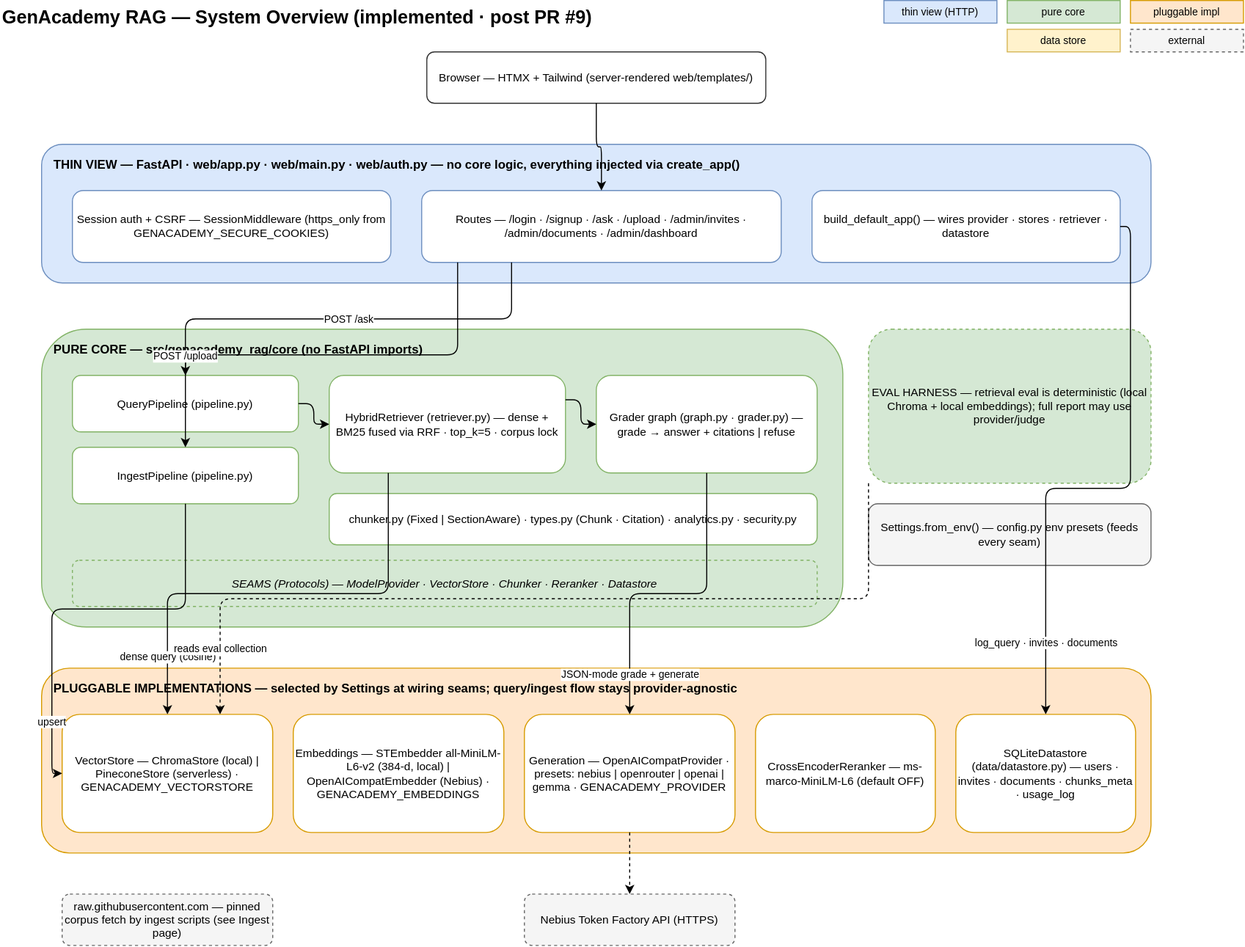
This is docs/diagrams/01-system-overview.svg from manjunath84/genacademy-rag, a draw.io export, as it was before one commit. Source tidied: cells renumbered, new cells last; positions are measured from the earlier drawing's top-left corner, leaving out a move shared by most shapes.
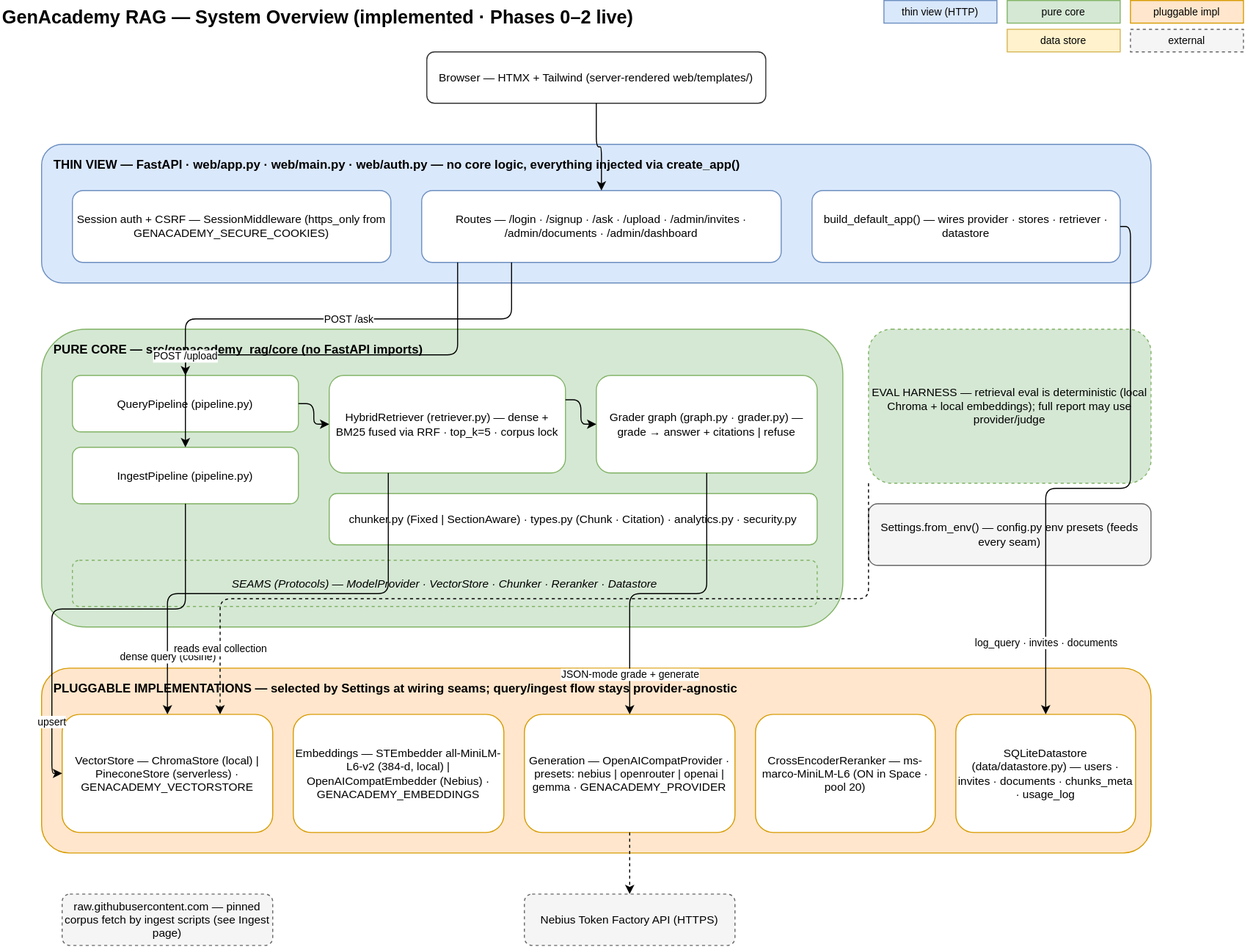
Above is the later version.

Commit message:
docs: refresh all diagrams for the rerank-live posture (#18)

Diff of the diagram source:
```diff
@@ -2,7 +2,7 @@
   <root>
     <mxCell id="0" />
     <mxCell id="1" parent="0" />
-    <mxCell id="2" value="GenAcademy RAG — System Overview (implemented · post PR #9)" style="text;html=1;fontSize=18;fontStyle=1;" parent="1" vertex="1">
+    <mxCell id="2" value="GenAcademy RAG — System Overview (implemented · Phases 0–2 live)" style="text;html=1;fontSize=18;fontStyle=1;" parent="1" vertex="1">
       <mxGeometry width="700" height="30" as="geometry" />
     </mxCell>
     <mxCell id="3" value="thin view (HTTP)" style="rounded=0;whiteSpace=wrap;html=1;fillColor=#dae8fc;strokeColor=#6c8ebf;fontSize=10;" parent="1" vertex="1">
@@ -74,7 +74,7 @@
     <mxCell id="25" value="Generation — OpenAICompatProvider · presets: nebius | openrouter | openai | gemma · GENACADEMY_PROVIDER" style="rounded=1;whiteSpace=wrap;html=1;fillColor=#ffffff;strokeColor=#d79b00;fontSize=11;" parent="1" vertex="1">
       <mxGeometry x="510" y="695" width="205" height="115" as="geometry" />
     </mxCell>
-    <mxCell id="26" value="CrossEncoderReranker — ms-marco-MiniLM-L6 (default OFF)" style="rounded=1;whiteSpace=wrap;html=1;fillColor=#ffffff;strokeColor=#d79b00;fontSize=11;" parent="1" vertex="1">
+    <mxCell id="26" value="CrossEncoderReranker — ms-marco-MiniLM-L6 (ON in Space · pool 20)" style="rounded=1;whiteSpace=wrap;html=1;fillColor=#ffffff;strokeColor=#d79b00;fontSize=11;" parent="1" vertex="1">
       <mxGeometry x="735" y="695" width="175" height="115" as="geometry" />
     </mxCell>
     <mxCell id="27" value="SQLiteDatastore (data/datastore.py) — users · invites · documents · chunks_meta · usage_log" style="rounded=1;whiteSpace=wrap;html=1;fillColor=#ffffff;strokeColor=#d79b00;fontSize=11;" parent="1" vertex="1">
```
